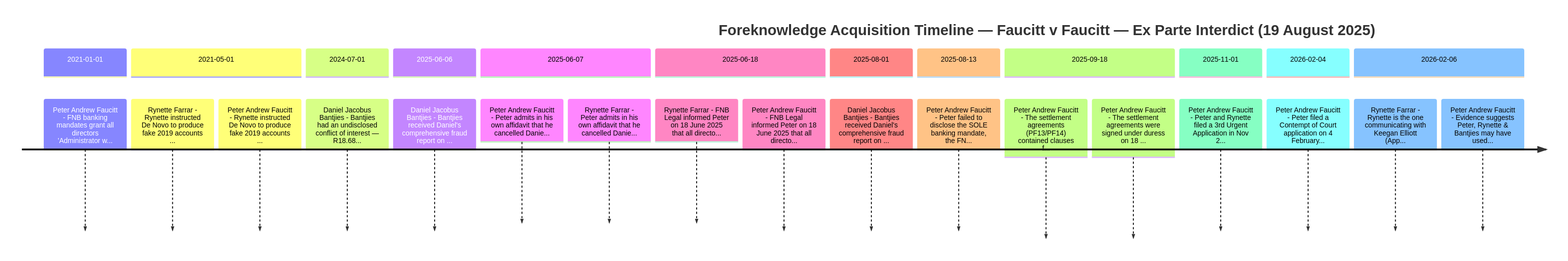
Before: ANNEXURES/VOID_AB_INITIO_EVIDENCE/analysis/foreknowledge_timeline.png, a diagram exported from Mermaid (cogpy/canima12). Its source is kept beside it as ANNEXURES/VOID_AB_INITIO_EVIDENCE/analysis/foreknowledge_timeline.mmd.
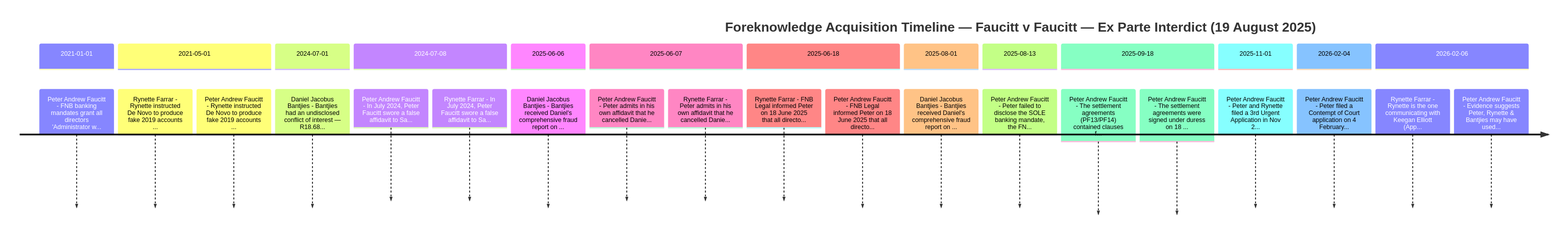
The same diagram one commit later.

The edit, as a diff of the source:
```diff
@@ -7,6 +7,9 @@
         Peter Andrew Faucitt - Rynette instructed De Novo to produce fake 2019 accounts ...
     section 2024-07-01
         Daniel Jacobus Bantjies - Bantjies had an undisclosed conflict of interest — R18.68...
+    section 2024-07-08
+        Peter Andrew Faucitt - In July 2024, Peter Faucitt swore a false affidavit to Sa...
+        Rynette Farrar - In July 2024, Peter Faucitt swore a false affidavit to Sa...
     section 2025-06-06
         Daniel Jacobus Bantjies - Bantjies received Daniel's comprehensive fraud report on ...
     section 2025-06-07
```
